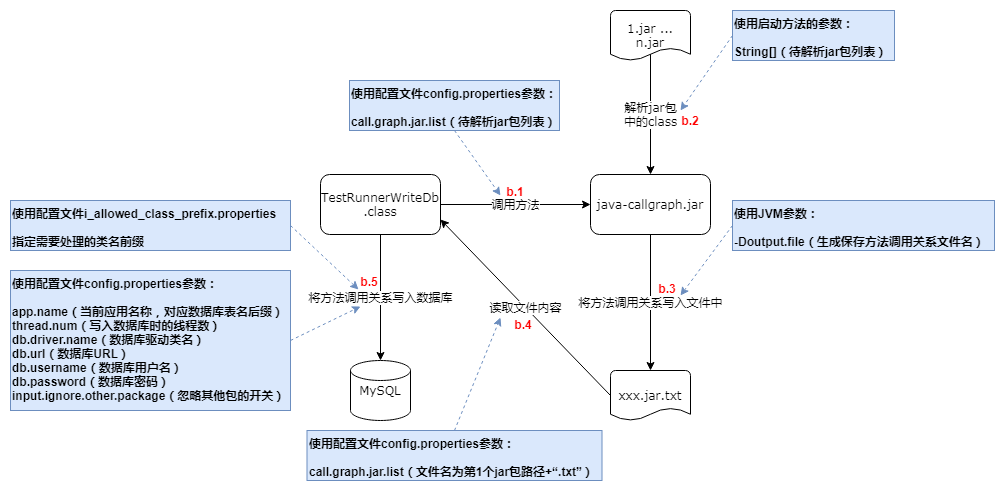
Adrninistrator/java-all-call-graph keeps this draw.io diagram as pic/args-use-b.png. Above is the earlier version. Source tidied: cells renumbered, new cells last; positions are measured from the earlier drawing's top-left corner, leaving out a move shared by most shapes. Its diagram source:
```xml
<mxGraphModel>
  <root>
    <mxCell id="0" />
    <mxCell id="1" parent="0" />
    <mxCell id="2" value="TestRunnerWriteDb&lt;br style=&quot;font-size: 12px;&quot;&gt;.class" style="rounded=1;whiteSpace=wrap;html=1;fontSize=12;fontFamily=Verdana;" parent="1" vertex="1">
      <mxGeometry x="310" y="164" width="120" height="60" as="geometry" />
    </mxCell>
    <mxCell id="3" value="java-callgraph.jar" style="rounded=1;whiteSpace=wrap;html=1;fontSize=12;fontFamily=Verdana;" parent="1" vertex="1">
      <mxGeometry x="580" y="164" width="120" height="60" as="geometry" />
    </mxCell>
    <mxCell id="4" value="调用方法" style="endArrow=classic;html=1;strokeWidth=1;exitX=1;exitY=0.5;exitDx=0;exitDy=0;entryX=0;entryY=0.5;entryDx=0;entryDy=0;fontSize=12;fontFamily=Verdana;" parent="1" edge="1" source="2" target="3">
      <mxGeometry relative="1" as="geometry" />
    </mxCell>
    <mxCell id="5" value="MySQL" style="strokeWidth=1;html=1;shape=mxgraph.flowchart.database;whiteSpace=wrap;fontSize=12;fontFamily=Verdana;" parent="1" vertex="1">
      <mxGeometry x="340" y="350" width="60" height="60" as="geometry" />
    </mxCell>
    <mxCell id="6" value="1.jar&amp;nbsp;... n.jar" style="strokeWidth=1;html=1;shape=mxgraph.flowchart.document2;whiteSpace=wrap;size=0.25;fontSize=12;fontFamily=Verdana;" parent="1" vertex="1">
      <mxGeometry x="600" width="80" height="50" as="geometry" />
    </mxCell>
    <mxCell id="7" value="解析jar包&lt;br style=&quot;font-size: 12px;&quot;&gt;中的class" style="endArrow=classic;html=1;strokeWidth=1;exitX=0.5;exitY=0.874;exitDx=0;exitDy=0;exitPerimeter=0;fontSize=12;fontFamily=Verdana;entryX=0.5;entryY=0;entryDx=0;entryDy=0;" parent="1" edge="1" source="6" target="3">
      <mxGeometry relative="1" as="geometry" />
    </mxCell>
    <mxCell id="8" value="xxx.jar.txt" style="strokeWidth=1;html=1;shape=mxgraph.flowchart.document2;whiteSpace=wrap;size=0.25;fontSize=12;fontFamily=Verdana;" parent="1" vertex="1">
      <mxGeometry x="600" y="360" width="80" height="50" as="geometry" />
    </mxCell>
    <mxCell id="9" value="将方法调用关系写入文件中" style="endArrow=classic;html=1;strokeWidth=1;exitX=0.5;exitY=1;exitDx=0;exitDy=0;entryX=0.5;entryY=0;entryDx=0;entryDy=0;entryPerimeter=0;fontSize=12;fontFamily=Verdana;" parent="1" edge="1" source="3" target="8">
      <mxGeometry relative="1" as="geometry" />
    </mxCell>
    <mxCell id="10" value="读取文件内容" style="endArrow=classic;html=1;strokeWidth=1;exitX=0;exitY=0.5;exitDx=0;exitDy=0;entryX=1;entryY=0.75;entryDx=0;entryDy=0;exitPerimeter=0;fontSize=12;fontFamily=Verdana;" parent="1" edge="1" source="8" target="2">
      <mxGeometry relative="1" as="geometry" />
    </mxCell>
    <mxCell id="11" value="将方法调用关系写入数据库" style="endArrow=classic;html=1;strokeWidth=1;exitX=0.5;exitY=1;exitDx=0;exitDy=0;entryX=0.5;entryY=0;entryDx=0;entryDy=0;entryPerimeter=0;fontSize=12;fontFamily=Verdana;" parent="1" edge="1" source="2" target="5">
      <mxGeometry relative="1" as="geometry" />
    </mxCell>
    <mxCell id="12" value="使用配置文件config.properties参数：&lt;br&gt;&lt;br&gt;call.graph.jar.list（待解析jar包列表）" style="rounded=0;whiteSpace=wrap;html=1;align=left;verticalAlign=top;fillColor=#dae8fc;strokeColor=#6c8ebf;fontStyle=1;" parent="1" vertex="1">
      <mxGeometry x="339" y="70" width="210" height="50" as="geometry" />
    </mxCell>
    <mxCell id="13" style="endArrow=classic;html=1;exitX=0.5;exitY=1;exitDx=0;exitDy=0;dashed=1;fillColor=#dae8fc;strokeColor=#6c8ebf;" parent="1" edge="1" source="12">
      <mxGeometry relative="1" as="geometry">
        <mxPoint x="490" y="185" as="targetPoint" />
      </mxGeometry>
    </mxCell>
    <mxCell id="14" value="使用启动方法的参数：&lt;br&gt;&lt;br&gt;String[]（待解析jar包列表）" style="rounded=0;whiteSpace=wrap;html=1;align=left;verticalAlign=top;fillColor=#dae8fc;strokeColor=#6c8ebf;fontStyle=1;" parent="1" vertex="1">
      <mxGeometry x="722" width="162" height="50" as="geometry" />
    </mxCell>
    <mxCell id="15" style="endArrow=classic;html=1;exitX=0;exitY=0.5;exitDx=0;exitDy=0;dashed=1;fillColor=#dae8fc;strokeColor=#6c8ebf;" parent="1" edge="1" source="14">
      <mxGeometry relative="1" as="geometry">
        <mxPoint x="670" y="100" as="targetPoint" />
      </mxGeometry>
    </mxCell>
    <mxCell id="16" style="endArrow=classic;html=1;exitX=0;exitY=0.5;exitDx=0;exitDy=0;dashed=1;fillColor=#dae8fc;strokeColor=#6c8ebf;" parent="1" edge="1" source="17">
      <mxGeometry relative="1" as="geometry">
        <mxPoint x="670" y="285" as="targetPoint" />
      </mxGeometry>
    </mxCell>
    <mxCell id="17" value="使用JVM参数：&lt;br&gt;&lt;br&gt;-Doutput.file（生成保存方法调用关系文件名）" style="rounded=0;whiteSpace=wrap;html=1;align=left;verticalAlign=top;fillColor=#dae8fc;strokeColor=#6c8ebf;fontStyle=1;" parent="1" vertex="1">
      <mxGeometry x="722" y="190" width="262" height="50" as="geometry" />
    </mxCell>
    <mxCell id="18" value="使用配置文件i_allowed_class_prefix.properties&lt;br&gt;&lt;br&gt;指定需要处理的类名前缀" style="rounded=0;whiteSpace=wrap;html=1;align=left;verticalAlign=top;fillColor=#dae8fc;strokeColor=#6c8ebf;fontStyle=1;" parent="1" vertex="1">
      <mxGeometry y="190" width="280" height="50" as="geometry" />
    </mxCell>
    <mxCell id="19" style="endArrow=classic;html=1;exitX=1;exitY=0.5;exitDx=0;exitDy=0;dashed=1;fillColor=#dae8fc;strokeColor=#6c8ebf;" parent="1" edge="1" source="18">
      <mxGeometry relative="1" as="geometry">
        <mxPoint x="348" y="279" as="targetPoint" />
      </mxGeometry>
    </mxCell>
    <mxCell id="20" value="使用配置文件config.properties参数：&lt;br&gt;&lt;br&gt;call.graph.jar.list（文件名为第1个jar包路径+“.txt”）" style="rounded=0;whiteSpace=wrap;html=1;align=left;verticalAlign=top;fillColor=#dae8fc;strokeColor=#6c8ebf;fontStyle=1;" parent="1" vertex="1">
      <mxGeometry x="296.5" y="420" width="295" height="50" as="geometry" />
    </mxCell>
    <mxCell id="21" style="endArrow=classic;html=1;exitX=0.5;exitY=0;exitDx=0;exitDy=0;dashed=1;fillColor=#dae8fc;strokeColor=#6c8ebf;" parent="1" edge="1" source="20">
      <mxGeometry relative="1" as="geometry">
        <mxPoint x="490" y="307" as="targetPoint" />
      </mxGeometry>
    </mxCell>
    <mxCell id="22" value="使用配置文件config.properties参数：&lt;br&gt;&lt;br&gt;app.name（当前应用名称，对应数据库表名后缀）&lt;br&gt;thread.num（写入数据库时的线程数）&lt;br&gt;&lt;div&gt;db.driver.name（数据库驱动类名）&lt;/div&gt;&lt;div&gt;db.url（数据库URL）&lt;/div&gt;&lt;div&gt;db.username（数据库用户名）&lt;/div&gt;&lt;div&gt;db.password（数据库密码）&lt;/div&gt;input.ignore.other.package（忽略其他包的开关）&lt;br&gt;&lt;div&gt;&lt;br&gt;&lt;/div&gt;" style="rounded=0;whiteSpace=wrap;html=1;align=left;verticalAlign=top;fillColor=#dae8fc;strokeColor=#6c8ebf;fontStyle=1;" parent="1" vertex="1">
      <mxGeometry y="260" width="280" height="140" as="geometry" />
    </mxCell>
    <mxCell id="23" style="endArrow=classic;html=1;exitX=1;exitY=0.5;exitDx=0;exitDy=0;dashed=1;fillColor=#dae8fc;strokeColor=#6c8ebf;" parent="1" edge="1" source="22">
      <mxGeometry relative="1" as="geometry">
        <mxPoint x="350" y="296" as="targetPoint" />
      </mxGeometry>
    </mxCell>
    <mxCell id="24" value="b.1" style="text;html=1;strokeColor=none;fillColor=none;align=center;verticalAlign=middle;whiteSpace=wrap;rounded=0;fontStyle=1;fontColor=#FF0000;" parent="1" vertex="1">
      <mxGeometry x="485" y="171" width="40" height="20" as="geometry" />
    </mxCell>
    <mxCell id="25" value="b.2" style="text;html=1;strokeColor=none;fillColor=none;align=center;verticalAlign=middle;whiteSpace=wrap;rounded=0;fontStyle=1;fontColor=#FF0000;" parent="1" vertex="1">
      <mxGeometry x="660" y="100" width="40" height="20" as="geometry" />
    </mxCell>
    <mxCell id="26" value="b.3" style="text;html=1;strokeColor=none;fillColor=none;align=center;verticalAlign=middle;whiteSpace=wrap;rounded=0;fontStyle=1;fontColor=#FF0000;" parent="1" vertex="1">
      <mxGeometry x="637" y="268" width="40" height="20" as="geometry" />
    </mxCell>
    <mxCell id="27" value="b.4" style="text;html=1;strokeColor=none;fillColor=none;align=center;verticalAlign=middle;whiteSpace=wrap;rounded=0;fontStyle=1;fontColor=#FF0000;" parent="1" vertex="1">
      <mxGeometry x="493" y="304" width="40" height="20" as="geometry" />
    </mxCell>
    <mxCell id="28" value="b.5" style="text;html=1;strokeColor=none;fillColor=none;align=center;verticalAlign=middle;whiteSpace=wrap;rounded=0;fontStyle=1;fontColor=#FF0000;" parent="1" vertex="1">
      <mxGeometry x="339" y="261" width="40" height="20" as="geometry" />
    </mxCell>
  </root>
</mxGraphModel>
```
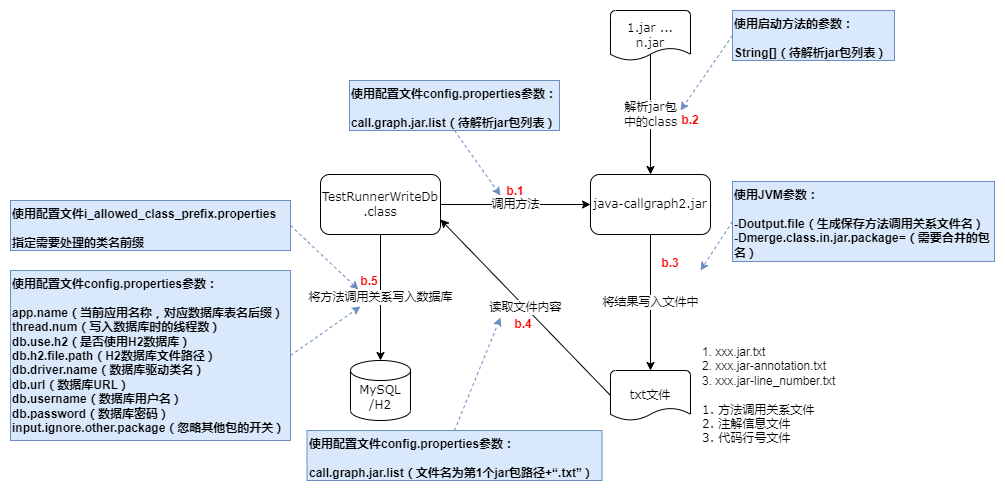
The same diagram one commit later.

The edit, as a diff of the source:
```diff
@@ -5,13 +5,13 @@
     <mxCell id="2" value="TestRunnerWriteDb&lt;br style=&quot;font-size: 12px;&quot;&gt;.class" style="rounded=1;whiteSpace=wrap;html=1;fontSize=12;fontFamily=Verdana;" parent="1" vertex="1">
       <mxGeometry x="310" y="164" width="120" height="60" as="geometry" />
     </mxCell>
-    <mxCell id="3" value="java-callgraph.jar" style="rounded=1;whiteSpace=wrap;html=1;fontSize=12;fontFamily=Verdana;" parent="1" vertex="1">
+    <mxCell id="3" value="java-callgraph2.jar" style="rounded=1;whiteSpace=wrap;html=1;fontSize=12;fontFamily=Verdana;" parent="1" vertex="1">
       <mxGeometry x="580" y="164" width="120" height="60" as="geometry" />
     </mxCell>
     <mxCell id="4" value="调用方法" style="endArrow=classic;html=1;strokeWidth=1;exitX=1;exitY=0.5;exitDx=0;exitDy=0;entryX=0;entryY=0.5;entryDx=0;entryDy=0;fontSize=12;fontFamily=Verdana;" parent="1" edge="1" source="2" target="3">
       <mxGeometry relative="1" as="geometry" />
     </mxCell>
-    <mxCell id="5" value="MySQL" style="strokeWidth=1;html=1;shape=mxgraph.flowchart.database;whiteSpace=wrap;fontSize=12;fontFamily=Verdana;" parent="1" vertex="1">
+    <mxCell id="5" value="&lt;br&gt;MySQL&lt;br&gt;/H2" style="strokeWidth=1;html=1;shape=mxgraph.flowchart.database;whiteSpace=wrap;fontSize=12;fontFamily=Verdana;" parent="1" vertex="1">
       <mxGeometry x="340" y="350" width="60" height="60" as="geometry" />
     </mxCell>
     <mxCell id="6" value="1.jar&amp;nbsp;... n.jar" style="strokeWidth=1;html=1;shape=mxgraph.flowchart.document2;whiteSpace=wrap;size=0.25;fontSize=12;fontFamily=Verdana;" parent="1" vertex="1">
@@ -20,10 +20,10 @@
     <mxCell id="7" value="解析jar包&lt;br style=&quot;font-size: 12px;&quot;&gt;中的class" style="endArrow=classic;html=1;strokeWidth=1;exitX=0.5;exitY=0.874;exitDx=0;exitDy=0;exitPerimeter=0;fontSize=12;fontFamily=Verdana;entryX=0.5;entryY=0;entryDx=0;entryDy=0;" parent="1" edge="1" source="6" target="3">
       <mxGeometry relative="1" as="geometry" />
     </mxCell>
-    <mxCell id="8" value="xxx.jar.txt" style="strokeWidth=1;html=1;shape=mxgraph.flowchart.document2;whiteSpace=wrap;size=0.25;fontSize=12;fontFamily=Verdana;" parent="1" vertex="1">
+    <mxCell id="8" value="txt文件" style="strokeWidth=1;html=1;shape=mxgraph.flowchart.document2;whiteSpace=wrap;size=0.25;fontSize=12;fontFamily=Verdana;" parent="1" vertex="1">
       <mxGeometry x="600" y="360" width="80" height="50" as="geometry" />
     </mxCell>
-    <mxCell id="9" value="将方法调用关系写入文件中" style="endArrow=classic;html=1;strokeWidth=1;exitX=0.5;exitY=1;exitDx=0;exitDy=0;entryX=0.5;entryY=0;entryDx=0;entryDy=0;entryPerimeter=0;fontSize=12;fontFamily=Verdana;" parent="1" edge="1" source="3" target="8">
+    <mxCell id="9" value="将结果写入文件中" style="endArrow=classic;html=1;strokeWidth=1;exitX=0.5;exitY=1;exitDx=0;exitDy=0;entryX=0.5;entryY=0;entryDx=0;entryDy=0;entryPerimeter=0;fontSize=12;fontFamily=Verdana;" parent="1" edge="1" source="3" target="8">
       <mxGeometry relative="1" as="geometry" />
     </mxCell>
     <mxCell id="10" value="读取文件内容" style="endArrow=classic;html=1;strokeWidth=1;exitX=0;exitY=0.5;exitDx=0;exitDy=0;entryX=1;entryY=0.75;entryDx=0;entryDy=0;exitPerimeter=0;fontSize=12;fontFamily=Verdana;" parent="1" edge="1" source="8" target="2">
@@ -50,11 +50,11 @@
     </mxCell>
     <mxCell id="16" style="endArrow=classic;html=1;exitX=0;exitY=0.5;exitDx=0;exitDy=0;dashed=1;fillColor=#dae8fc;strokeColor=#6c8ebf;" parent="1" edge="1" source="17">
       <mxGeometry relative="1" as="geometry">
-        <mxPoint x="670" y="285" as="targetPoint" />
+        <mxPoint x="690" y="260" as="targetPoint" />
       </mxGeometry>
     </mxCell>
-    <mxCell id="17" value="使用JVM参数：&lt;br&gt;&lt;br&gt;-Doutput.file（生成保存方法调用关系文件名）" style="rounded=0;whiteSpace=wrap;html=1;align=left;verticalAlign=top;fillColor=#dae8fc;strokeColor=#6c8ebf;fontStyle=1;" parent="1" vertex="1">
-      <mxGeometry x="722" y="190" width="262" height="50" as="geometry" />
+    <mxCell id="17" value="使用JVM参数：&lt;br&gt;&lt;br&gt;-Doutput.file（生成保存方法调用关系文件名）&lt;br&gt;-Dmerge.class.in.jar.package=（需要合并的包名）" style="rounded=0;whiteSpace=wrap;html=1;align=left;verticalAlign=top;fillColor=#dae8fc;strokeColor=#6c8ebf;fontStyle=1;" parent="1" vertex="1">
+      <mxGeometry x="722" y="171" width="262" height="80" as="geometry" />
     </mxCell>
     <mxCell id="18" value="使用配置文件i_allowed_class_prefix.properties&lt;br&gt;&lt;br&gt;指定需要处理的类名前缀" style="rounded=0;whiteSpace=wrap;html=1;align=left;verticalAlign=top;fillColor=#dae8fc;strokeColor=#6c8ebf;fontStyle=1;" parent="1" vertex="1">
       <mxGeometry y="190" width="280" height="50" as="geometry" />
@@ -72,8 +72,8 @@
         <mxPoint x="490" y="307" as="targetPoint" />
       </mxGeometry>
     </mxCell>
-    <mxCell id="22" value="使用配置文件config.properties参数：&lt;br&gt;&lt;br&gt;app.name（当前应用名称，对应数据库表名后缀）&lt;br&gt;thread.num（写入数据库时的线程数）&lt;br&gt;&lt;div&gt;db.driver.name（数据库驱动类名）&lt;/div&gt;&lt;div&gt;db.url（数据库URL）&lt;/div&gt;&lt;div&gt;db.username（数据库用户名）&lt;/div&gt;&lt;div&gt;db.password（数据库密码）&lt;/div&gt;input.ignore.other.package（忽略其他包的开关）&lt;br&gt;&lt;div&gt;&lt;br&gt;&lt;/div&gt;" style="rounded=0;whiteSpace=wrap;html=1;align=left;verticalAlign=top;fillColor=#dae8fc;strokeColor=#6c8ebf;fontStyle=1;" parent="1" vertex="1">
-      <mxGeometry y="260" width="280" height="140" as="geometry" />
+    <mxCell id="22" value="使用配置文件config.properties参数：&lt;br&gt;&lt;br&gt;app.name（当前应用名称，对应数据库表名后缀）&lt;br&gt;thread.num（写入数据库时的线程数）&lt;br&gt;&lt;div&gt;db.use.h2（是否使用H2数据库）&lt;/div&gt;&lt;div&gt;db.h2.file.path（H2数据库文件路径）&lt;/div&gt;&lt;div&gt;db.driver.name（数据库驱动类名）&lt;/div&gt;&lt;div&gt;db.url（数据库URL）&lt;/div&gt;&lt;div&gt;db.username（数据库用户名）&lt;/div&gt;&lt;div&gt;db.password（数据库密码）&lt;/div&gt;input.ignore.other.package（忽略其他包的开关）&lt;br&gt;&lt;div&gt;&lt;br&gt;&lt;/div&gt;" style="rounded=0;whiteSpace=wrap;html=1;align=left;verticalAlign=top;fillColor=#dae8fc;strokeColor=#6c8ebf;fontStyle=1;" parent="1" vertex="1">
+      <mxGeometry y="260" width="280" height="170" as="geometry" />
     </mxCell>
     <mxCell id="23" style="endArrow=classic;html=1;exitX=1;exitY=0.5;exitDx=0;exitDy=0;dashed=1;fillColor=#dae8fc;strokeColor=#6c8ebf;" parent="1" edge="1" source="22">
       <mxGeometry relative="1" as="geometry">
@@ -87,7 +87,7 @@
       <mxGeometry x="660" y="100" width="40" height="20" as="geometry" />
     </mxCell>
     <mxCell id="26" value="b.3" style="text;html=1;strokeColor=none;fillColor=none;align=center;verticalAlign=middle;whiteSpace=wrap;rounded=0;fontStyle=1;fontColor=#FF0000;" parent="1" vertex="1">
-      <mxGeometry x="637" y="268" width="40" height="20" as="geometry" />
+      <mxGeometry x="640" y="243" width="40" height="20" as="geometry" />
     </mxCell>
     <mxCell id="27" value="b.4" style="text;html=1;strokeColor=none;fillColor=none;align=center;verticalAlign=middle;whiteSpace=wrap;rounded=0;fontStyle=1;fontColor=#FF0000;" parent="1" vertex="1">
       <mxGeometry x="493" y="304" width="40" height="20" as="geometry" />
@@ -95,5 +95,8 @@
     <mxCell id="28" value="b.5" style="text;html=1;strokeColor=none;fillColor=none;align=center;verticalAlign=middle;whiteSpace=wrap;rounded=0;fontStyle=1;fontColor=#FF0000;" parent="1" vertex="1">
       <mxGeometry x="339" y="261" width="40" height="20" as="geometry" />
     </mxCell>
+    <mxCell id="29" value="&lt;div&gt;1. xxx.jar.txt&lt;/div&gt;&lt;div&gt;2. xxx.jar-annotation.txt&lt;/div&gt;&lt;div&gt;3. xxx.jar-line_number.txt&lt;/div&gt;&lt;div&gt;&lt;br&gt;&lt;/div&gt;&lt;div&gt;&lt;span style=&quot;font-family: Verdana; text-align: center; background-color: rgb(255, 255, 255);&quot;&gt;1. 方法调用关系文件&lt;/span&gt;&lt;br style=&quot;font-family: Verdana; text-align: center;&quot;&gt;&lt;span style=&quot;font-family: Verdana; text-align: center; background-color: rgb(255, 255, 255);&quot;&gt;2. 注解信息文件&lt;/span&gt;&lt;br style=&quot;font-family: Verdana; text-align: center;&quot;&gt;&lt;span style=&quot;font-family: Verdana; text-align: center; background-color: rgb(255, 255, 255);&quot;&gt;3. 代码行号文件&lt;/span&gt;&lt;br&gt;&lt;/div&gt;" style="text;whiteSpace=wrap;html=1;" parent="1" vertex="1">
+      <mxGeometry x="690" y="327.5" width="150" height="115" as="geometry" />
+    </mxCell>
   </root>
 </mxGraphModel>
```
